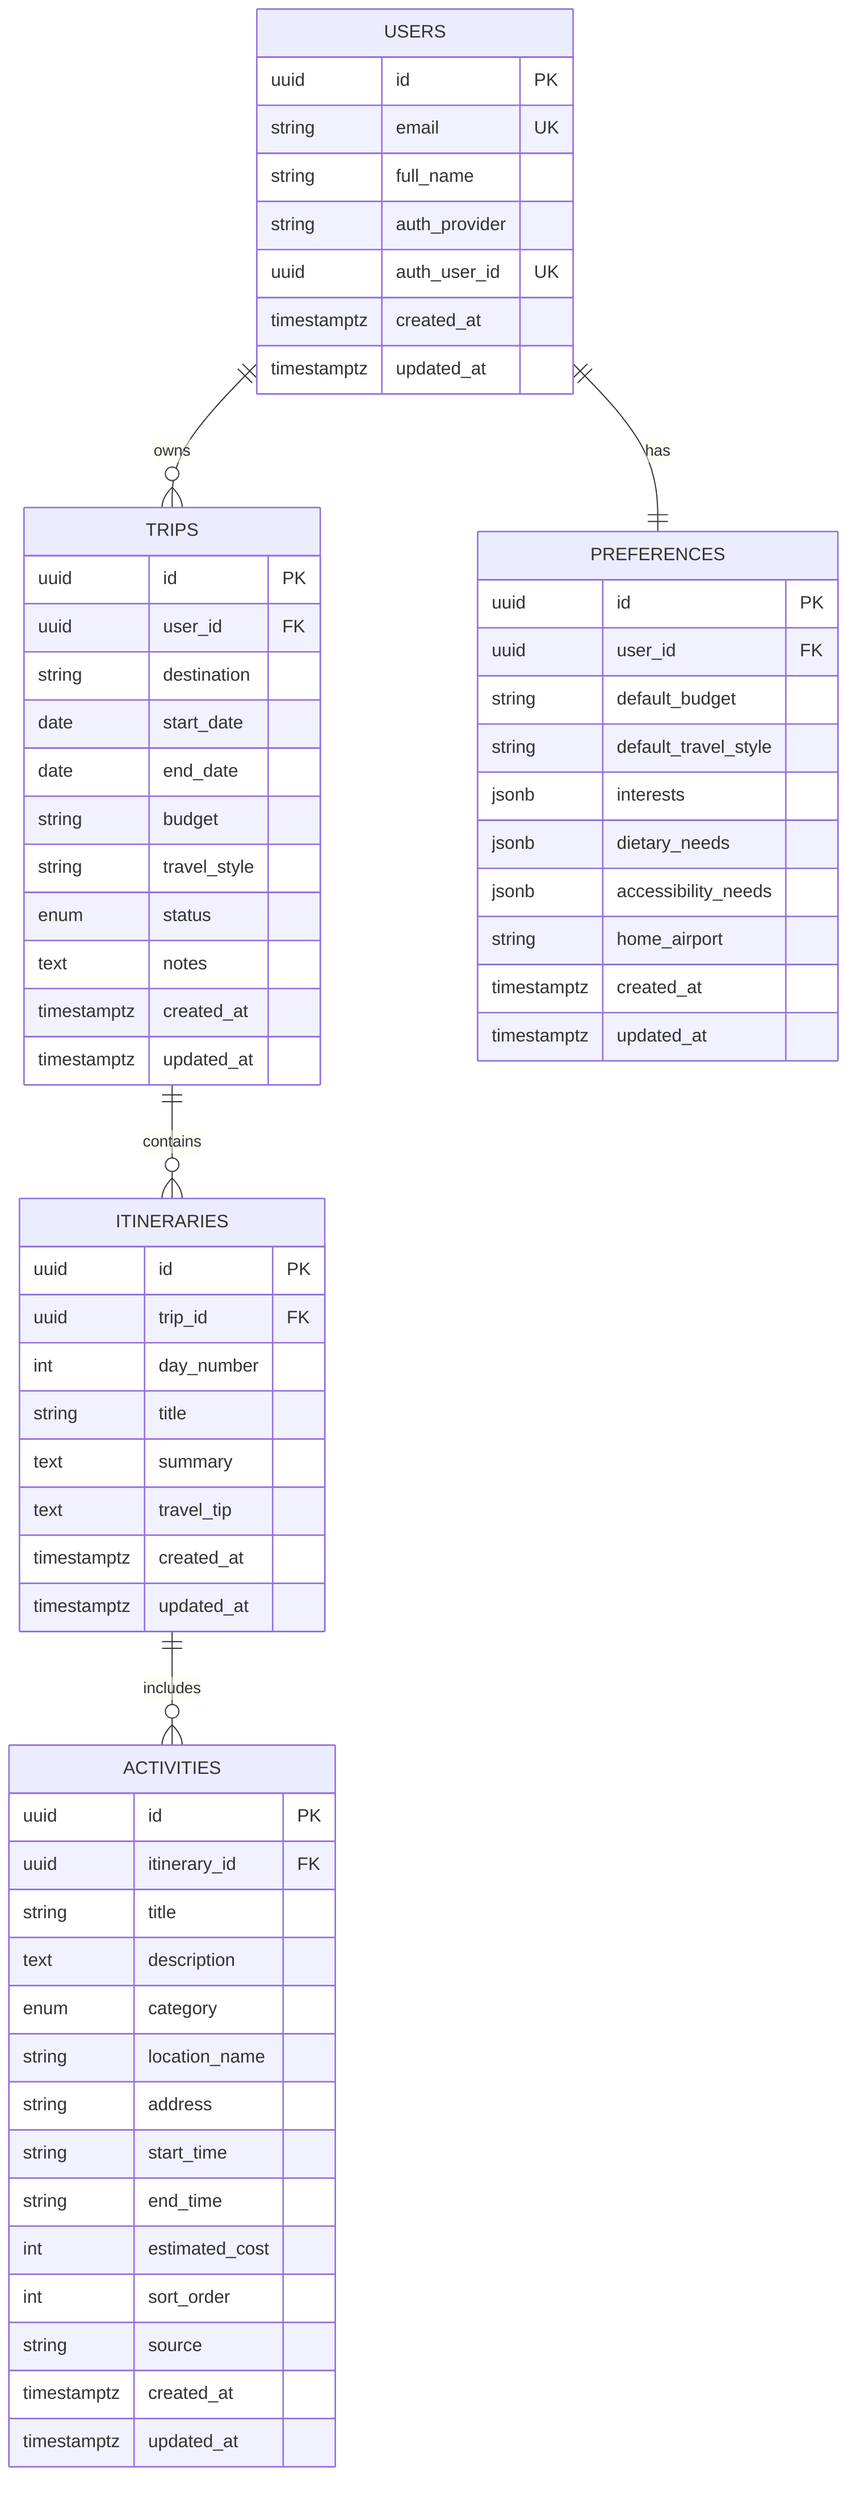
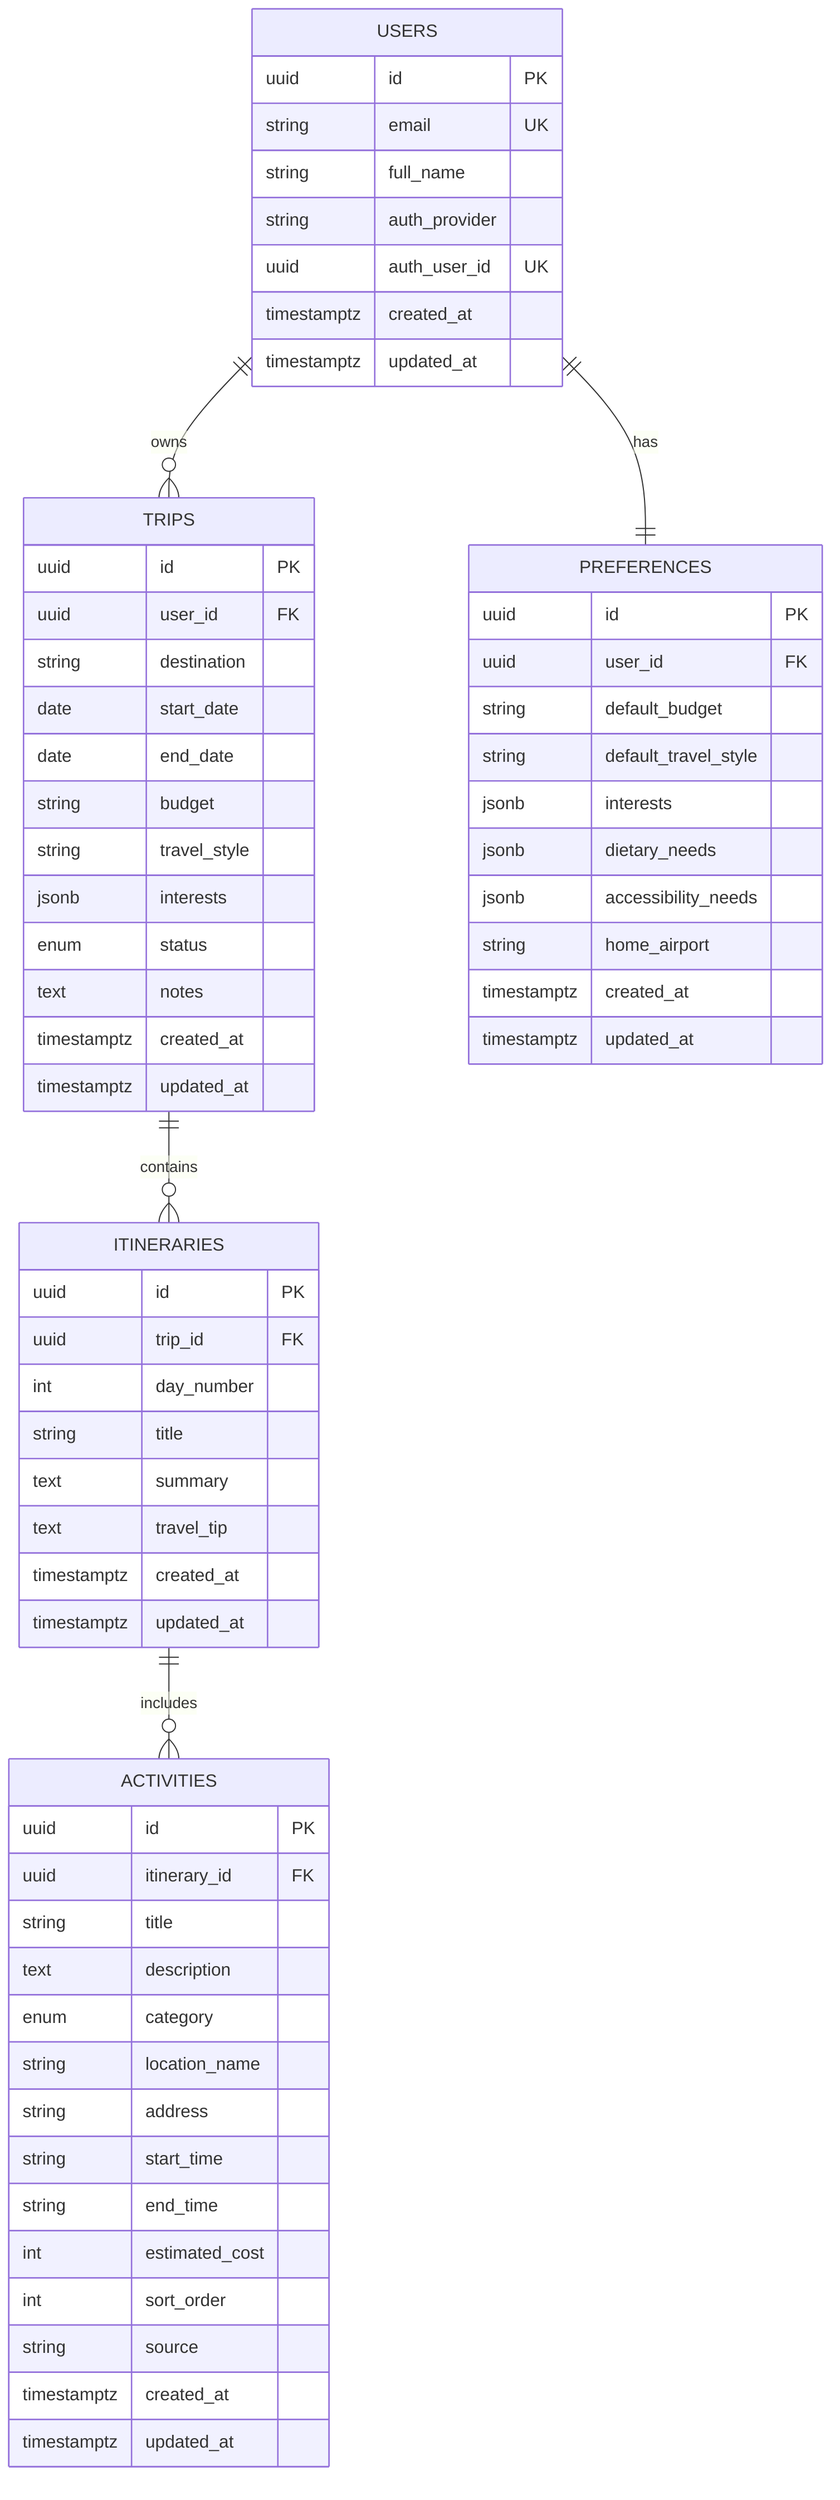
erDiagram
    USERS ||--o{ TRIPS : owns
    USERS ||--|| PREFERENCES : has
    TRIPS ||--o{ ITINERARIES : contains
    ITINERARIES ||--o{ ACTIVITIES : includes

    USERS {
        uuid id PK
        string email UK
        string full_name
        string auth_provider
        uuid auth_user_id UK
        timestamptz created_at
        timestamptz updated_at
    }

    TRIPS {
        uuid id PK
        uuid user_id FK
        string destination
        date start_date
        date end_date
        string budget
        string travel_style
+         jsonb interests
        enum status
        text notes
        timestamptz created_at
        timestamptz updated_at
    }

    ITINERARIES {
        uuid id PK
        uuid trip_id FK
        int day_number
        string title
        text summary
        text travel_tip
        timestamptz created_at
        timestamptz updated_at
    }

    ACTIVITIES {
        uuid id PK
        uuid itinerary_id FK
        string title
        text description
        enum category
        string location_name
        string address
        string start_time
        string end_time
        int estimated_cost
        int sort_order
        string source
        timestamptz created_at
        timestamptz updated_at
    }

    PREFERENCES {
        uuid id PK
        uuid user_id FK
        string default_budget
        string default_travel_style
        jsonb interests
        jsonb dietary_needs
        jsonb accessibility_needs
        string home_airport
        timestamptz created_at
        timestamptz updated_at
    }
